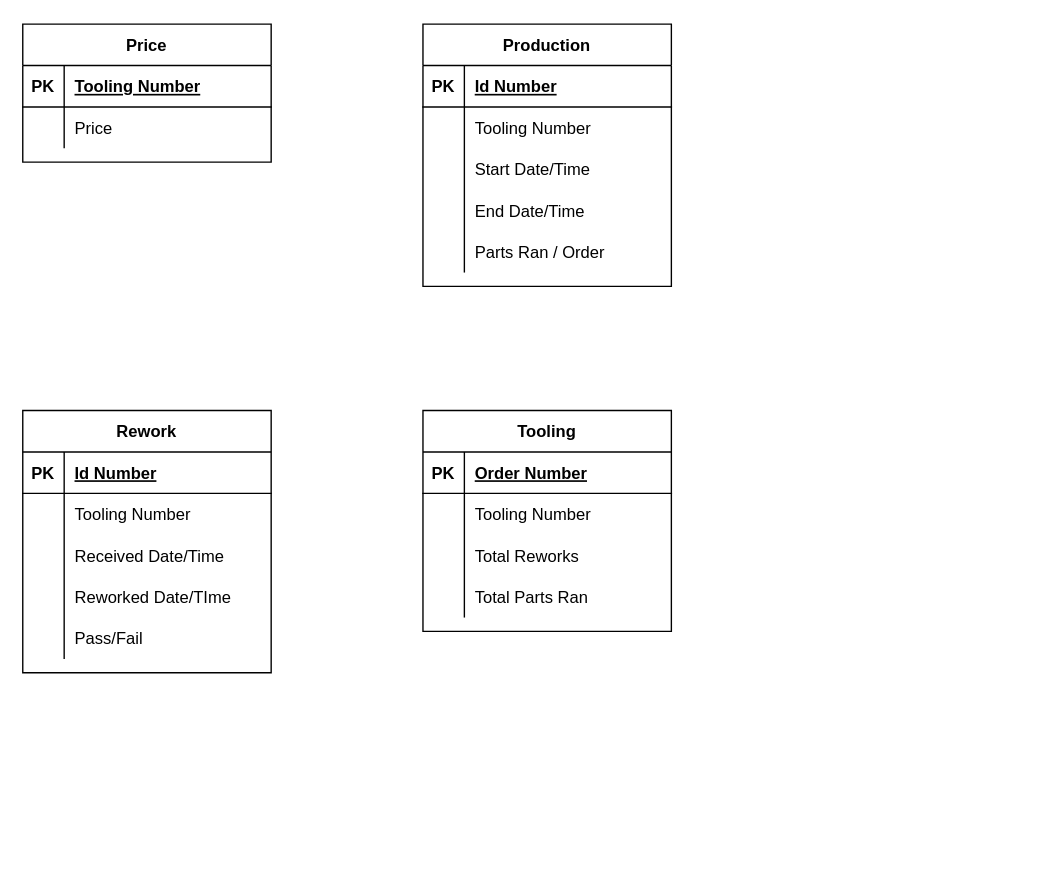
Above: Database/Schema Tracking.drawio in L-Bauer/RFID-Tracking (draw.io), before the change. Source tidied: cells renumbered, new cells numbered last; positions are measured from the earlier drawing's top-left corner, leaving out a move shared by most shapes. Both pictures are drawn from the tidied source at 138%, with x=0, y=0 at pixel (22, 23).
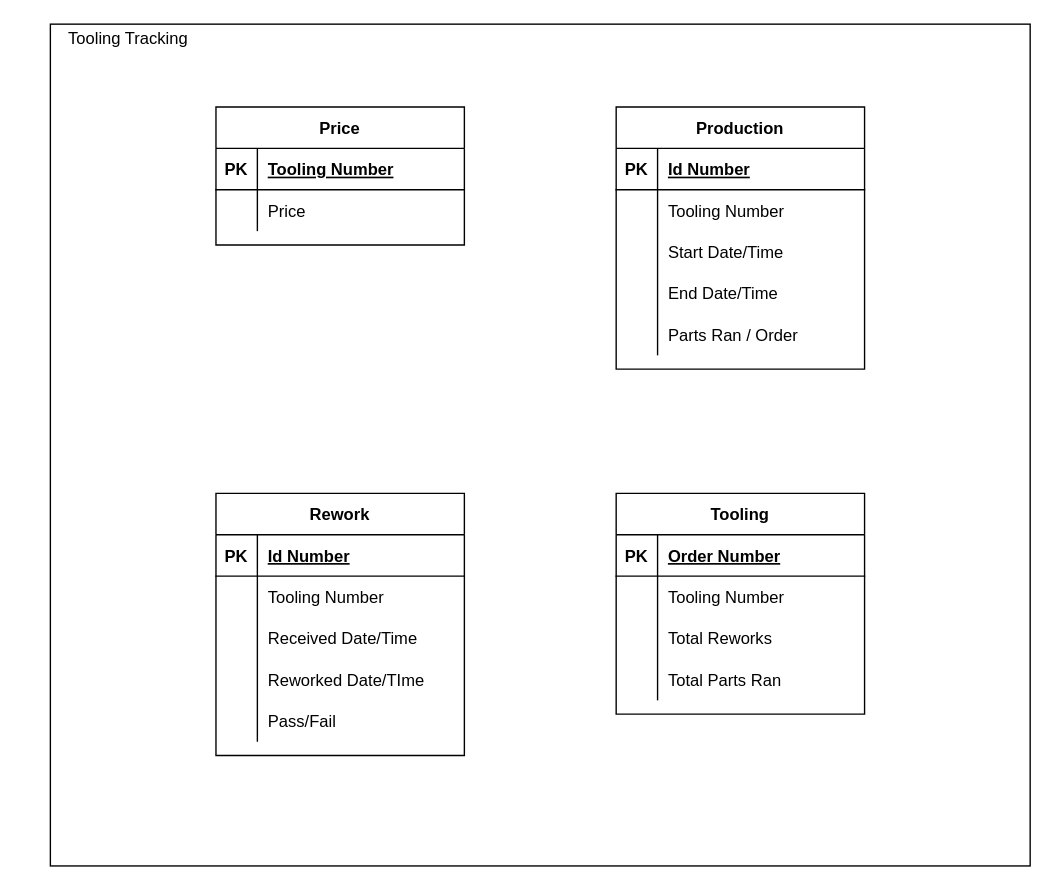
The same diagram, later.

What changed in the source:
```diff
@@
+    <mxCell id="54" style="group;" parent="1" vertex="1">
+      <mxGeometry x="20" width="710" height="610" as="geometry" />
+    </mxCell>
+    <mxCell id="55" value="Tooling Tracking" style="rounded=0;whiteSpace=wrap;html=1;labelPosition=left;verticalLabelPosition=top;align=right;verticalAlign=bottom;spacing=0;spacingLeft=0;spacingTop=0;spacingRight=-100;spacingBottom=-18;" parent="54" vertex="1">
+      <mxGeometry width="710" height="610" as="geometry" />
+    </mxCell>
-    <mxCell id="2" value="Rework" style="shape=table;startSize=30;childLayout=tableLayout;rowLines=0;fontStyle=1;align=center;" parent="1" vertex="1">
-      <mxGeometry y="280" width="180" height="190" as="geometry" />
+    <mxCell id="2" value="Rework" style="shape=table;startSize=30;childLayout=tableLayout;rowLines=0;fontStyle=1;align=center;" parent="54" vertex="1">
+      <mxGeometry x="120" y="340" width="180" height="190" as="geometry" />
     </mxCell>
@@
-    <mxCell id="18" value="Production" style="shape=table;startSize=30;childLayout=tableLayout;rowLines=0;fontStyle=1;align=center;" parent="1" vertex="1">
-      <mxGeometry x="290" width="180" height="190" as="geometry" />
+    <mxCell id="18" value="Production" style="shape=table;startSize=30;childLayout=tableLayout;rowLines=0;fontStyle=1;align=center;" parent="54" vertex="1">
+      <mxGeometry x="410" y="60" width="180" height="190" as="geometry" />
     </mxCell>
@@
-    <mxCell id="34" value="Tooling" style="shape=table;startSize=30;childLayout=tableLayout;rowLines=0;fontStyle=1;align=center;" parent="1" vertex="1">
-      <mxGeometry x="290" y="280" width="180" height="160" as="geometry" />
+    <mxCell id="34" value="Tooling" style="shape=table;startSize=30;childLayout=tableLayout;rowLines=0;fontStyle=1;align=center;" parent="54" vertex="1">
+      <mxGeometry x="410" y="340" width="180" height="160" as="geometry" />
     </mxCell>
@@
-    <mxCell id="47" value="Price" style="shape=table;startSize=30;childLayout=tableLayout;rowLines=0;fontStyle=1;align=center;" parent="1" vertex="1">
-      <mxGeometry width="180" height="100" as="geometry" />
+    <mxCell id="47" value="Price" style="shape=table;startSize=30;childLayout=tableLayout;rowLines=0;fontStyle=1;align=center;" parent="54" vertex="1">
+      <mxGeometry x="120" y="60" width="180" height="100" as="geometry" />
     </mxCell>
```
